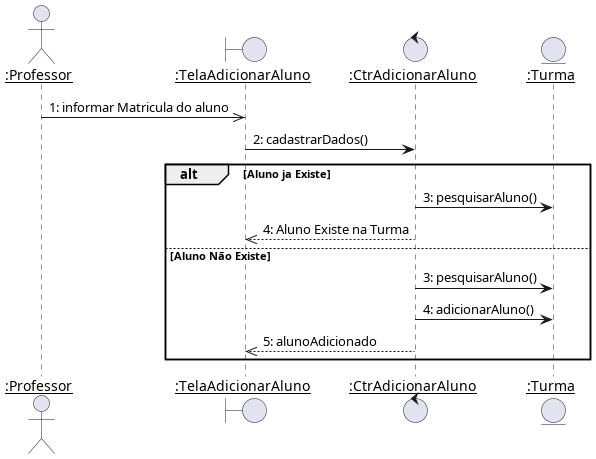
This is diagramas/sequencia/adicionar_aluno.png from Pedro-V/projetorium, a PlantUML export, as it was before one commit.
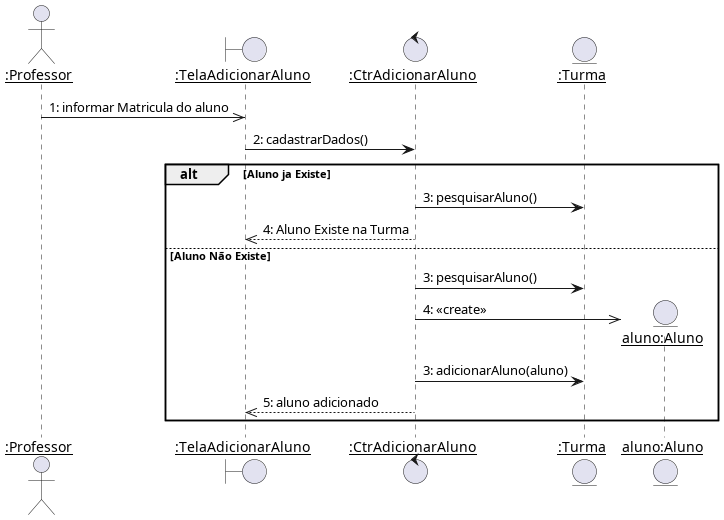
The same diagram one commit later.

The edit, as a diff of the source:
```diff
@@ -5,17 +5,18 @@
 boundary ":TelaAdicionarAluno" as TelaAdicionarAluno
 control ":CtrAdicionarAluno" as CtrAdicionarAluno
 entity ":Turma" as Turma
+entity "aluno:Aluno" as Aluno
 
 Professor ->> TelaAdicionarAluno : 1: informar Matricula do aluno
 TelaAdicionarAluno -> CtrAdicionarAluno : 2: cadastrarDados()
-
 
 alt Aluno ja Existe
     CtrAdicionarAluno -> Turma : 3: pesquisarAluno()
     CtrAdicionarAluno -->> TelaAdicionarAluno : 4: Aluno Existe na Turma
 else Aluno Não Existe
     CtrAdicionarAluno -> Turma : 3: pesquisarAluno()
-    CtrAdicionarAluno -> Turma : 4: adicionarAluno()
-    CtrAdicionarAluno -->> TelaAdicionarAluno : 5: alunoAdicionado
+    CtrAdicionarAluno ->> Aluno **: 4: <<create>>
+    CtrAdicionarAluno -> Turma : 3: adicionarAluno(aluno)
+    CtrAdicionarAluno -->> TelaAdicionarAluno : 5: aluno adicionado
 end
 @enduml
```
